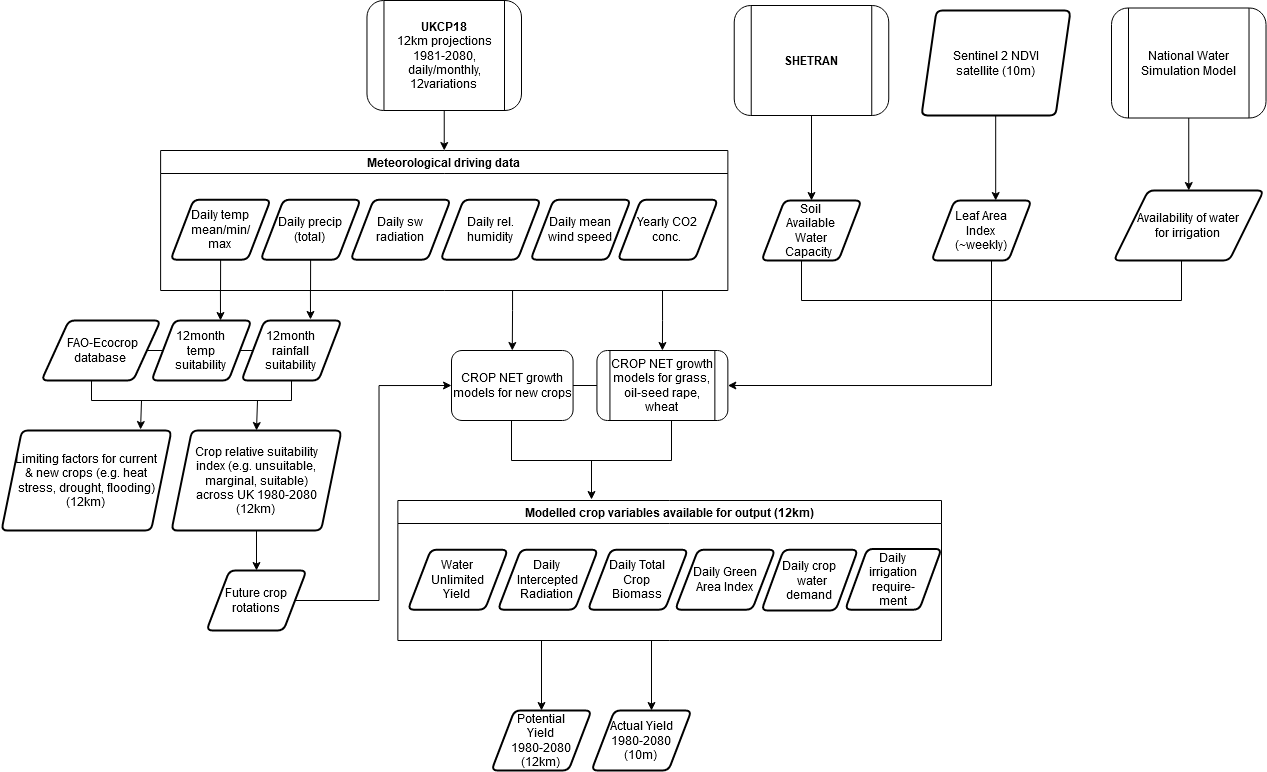
OpenCLIM/workflow-diagrams keeps this draw.io diagram as cropnet/cropnet.png. Above is the earlier version. Source tidied: cells renumbered, new cells last; positions are measured from the earlier drawing's top-left corner, leaving out a move shared by most shapes.
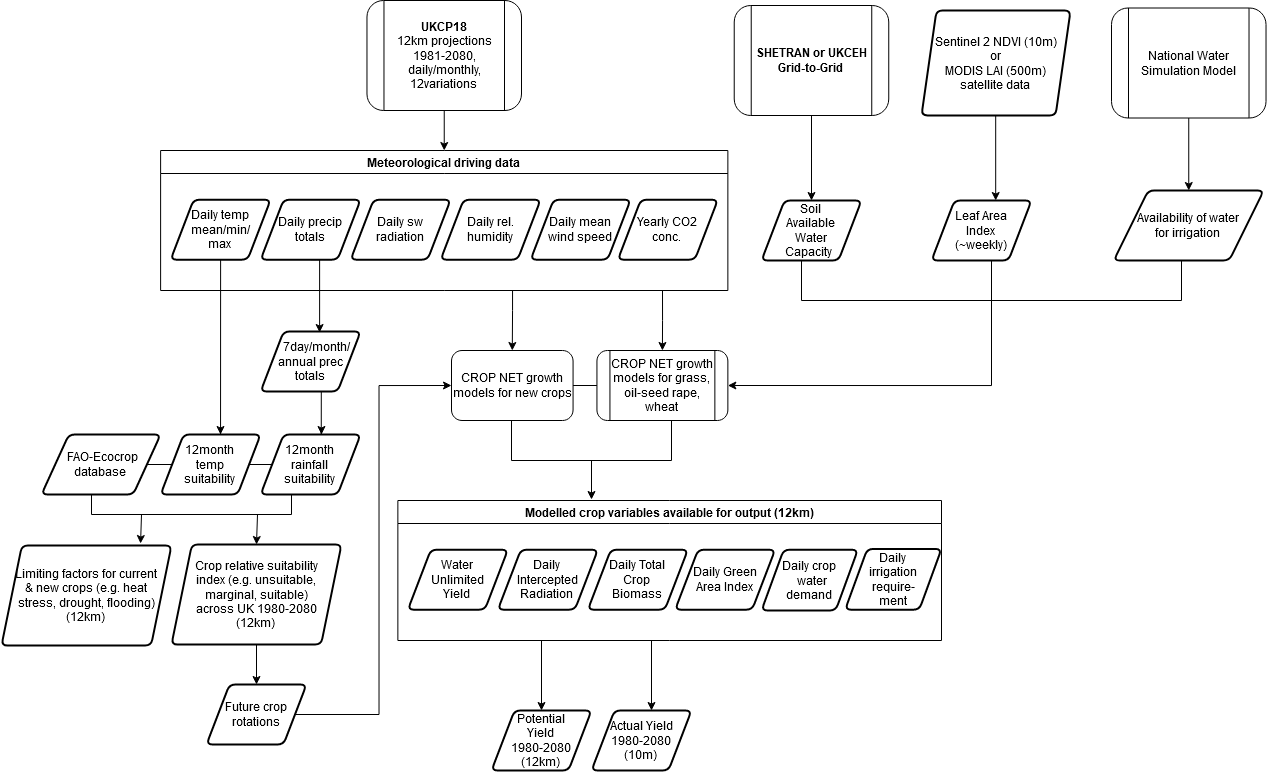
After the change.

What changed in the source:
```diff
@@ -13,7 +13,7 @@
     <mxCell id="3" value="Meteorological driving data" style="swimlane;" parent="1" vertex="1">
       <mxGeometry x="159.1" y="150" width="567.3" height="140" as="geometry" />
     </mxCell>
-    <mxCell id="4" value="&lt;div&gt;Daily precip&lt;/div&gt;&lt;div&gt;(total)&lt;br&gt;&lt;/div&gt;" style="shape=parallelogram;html=1;strokeWidth=2;perimeter=parallelogramPerimeter;whiteSpace=wrap;rounded=1;arcSize=12;size=0.23;" parent="3" vertex="1">
+    <mxCell id="4" value="&lt;div&gt;Daily precip&lt;/div&gt;&lt;div&gt;totals&lt;br&gt;&lt;/div&gt;" style="shape=parallelogram;html=1;strokeWidth=2;perimeter=parallelogramPerimeter;whiteSpace=wrap;rounded=1;arcSize=12;size=0.23;" parent="3" vertex="1">
       <mxGeometry x="100" y="49.2" width="100" height="60" as="geometry" />
     </mxCell>
     <mxCell id="5" value="&lt;div&gt;Daily temp&lt;/div&gt;&lt;div&gt;mean/min/&lt;/div&gt;&lt;div&gt;max&lt;br&gt;&lt;/div&gt;" style="shape=parallelogram;html=1;strokeWidth=2;perimeter=parallelogramPerimeter;whiteSpace=wrap;rounded=1;arcSize=12;size=0.23;" parent="3" vertex="1">
@@ -41,31 +41,33 @@
       <mxGeometry x="365.5" width="154.5" height="110" as="geometry" />
     </mxCell>
     <mxCell id="13" value="&lt;div&gt;12month &lt;br&gt;&lt;/div&gt;&lt;div&gt;temp&lt;/div&gt;&lt;div&gt;suitability&lt;br&gt;&lt;/div&gt;" style="shape=parallelogram;html=1;strokeWidth=2;perimeter=parallelogramPerimeter;whiteSpace=wrap;rounded=1;arcSize=12;size=0.23;" parent="1" vertex="1">
-      <mxGeometry x="150" y="320" width="100" height="60" as="geometry" />
+      <mxGeometry x="159.1" y="434" width="100" height="60" as="geometry" />
     </mxCell>
     <mxCell id="14" value="&lt;div&gt;12month &lt;br&gt;&lt;/div&gt;&lt;div&gt;rainfall&lt;/div&gt;&lt;div&gt;suitability&lt;br&gt;&lt;/div&gt;" style="shape=parallelogram;html=1;strokeWidth=2;perimeter=parallelogramPerimeter;whiteSpace=wrap;rounded=1;arcSize=12;size=0.23;" parent="1" vertex="1">
-      <mxGeometry x="240" y="320" width="100" height="60" as="geometry" />
+      <mxGeometry x="259.1" y="434" width="100" height="60" as="geometry" />
     </mxCell>
-    <mxCell id="15" style="edgeStyle=orthogonalEdgeStyle;rounded=0;jettySize=auto;html=1;exitX=0.5;exitY=1;exitDx=0;exitDy=0;entryX=0.69;entryY=0;entryDx=0;entryDy=0;entryPerimeter=0;" parent="1" edge="1" source="5" target="13">
-      <mxGeometry relative="1" as="geometry" />
+    <mxCell id="15" style="edgeStyle=orthogonalEdgeStyle;rounded=0;jettySize=auto;html=1;exitX=0.5;exitY=1;exitDx=0;exitDy=0;" parent="1" edge="1" source="5">
+      <mxGeometry relative="1" as="geometry">
+        <mxPoint x="219" y="434" as="targetPoint" />
+        <Array as="points">
+          <mxPoint x="219" y="434" />
+        </Array>
+      </mxGeometry>
     </mxCell>
-    <mxCell id="16" style="edgeStyle=orthogonalEdgeStyle;rounded=0;jettySize=auto;html=1;exitX=0.5;exitY=1;exitDx=0;exitDy=0;entryX=0.69;entryY=-0.017;entryDx=0;entryDy=0;entryPerimeter=0;" parent="1" edge="1" source="4" target="14">
-      <mxGeometry relative="1" as="geometry" />
-    </mxCell>
     <mxCell id="17" style="edgeStyle=orthogonalEdgeStyle;rounded=0;jettySize=auto;html=1;exitX=0.5;exitY=1;exitDx=0;exitDy=0;entryX=0.5;entryY=0;entryDx=0;entryDy=0;" parent="1" edge="1" source="50" target="21">
       <mxGeometry relative="1" as="geometry" />
     </mxCell>
     <mxCell id="18" value="&lt;div&gt;Limiting factors for current&lt;/div&gt;&lt;div&gt;&amp;amp; new crops (e.g. heat&lt;/div&gt;&lt;div&gt;stress, drought, flooding)&lt;/div&gt;&lt;div&gt;(12km)&lt;br&gt;&lt;/div&gt;" style="shape=parallelogram;html=1;strokeWidth=2;perimeter=parallelogramPerimeter;whiteSpace=wrap;rounded=1;arcSize=12;size=0.12;" parent="1" vertex="1">
-      <mxGeometry y="430" width="170" height="100" as="geometry" />
+      <mxGeometry y="545" width="170" height="100" as="geometry" />
     </mxCell>
     <mxCell id="19" value="&lt;div&gt;&amp;nbsp;FAO-Ecocrop&lt;/div&gt;&lt;div&gt;database&lt;br&gt;&lt;/div&gt;" style="shape=parallelogram;html=1;strokeWidth=2;perimeter=parallelogramPerimeter;whiteSpace=wrap;rounded=1;arcSize=12;size=0.23;" parent="1" vertex="1">
-      <mxGeometry x="40" y="320" width="119.1" height="60" as="geometry" />
+      <mxGeometry x="40" y="434" width="119.1" height="60" as="geometry" />
     </mxCell>
     <mxCell id="20" style="edgeStyle=orthogonalEdgeStyle;rounded=0;jettySize=auto;html=1;exitX=1;exitY=0.5;exitDx=0;exitDy=0;entryX=0;entryY=0.5;entryDx=0;entryDy=0;" parent="1" edge="1" source="21" target="10">
       <mxGeometry relative="1" as="geometry" />
     </mxCell>
     <mxCell id="21" value="&lt;div&gt;Future crop&lt;/div&gt;&lt;div&gt;rotations&lt;br&gt;&lt;/div&gt;" style="shape=parallelogram;html=1;strokeWidth=2;perimeter=parallelogramPerimeter;whiteSpace=wrap;rounded=1;arcSize=12;size=0.23;" parent="1" vertex="1">
-      <mxGeometry x="205" y="570" width="100" height="60" as="geometry" />
+      <mxGeometry x="205" y="684" width="100" height="60" as="geometry" />
     </mxCell>
     <mxCell id="22" style="endArrow=none;html=1;entryX=0;entryY=0.5;entryDx=0;entryDy=0;" parent="1" edge="1" source="19" target="13">
       <mxGeometry relative="1" as="geometry" />
@@ -76,15 +78,17 @@
     <mxCell id="24" style="edgeStyle=orthogonalEdgeStyle;rounded=0;jettySize=auto;html=1;exitX=0.83;exitY=1;exitDx=0;exitDy=0;entryX=0.5;entryY=0;entryDx=0;entryDy=0;exitPerimeter=0;" parent="1" edge="1" source="26" target="50">
       <mxGeometry relative="1" as="geometry">
         <Array as="points">
-          <mxPoint x="255" y="400" />
+          <mxPoint x="255" y="514" />
         </Array>
       </mxGeometry>
     </mxCell>
-    <mxCell id="25" style="edgeStyle=orthogonalEdgeStyle;rounded=0;jettySize=auto;html=1;exitX=0.25;exitY=1;exitDx=0;exitDy=0;entryX=0.818;entryY=-0.01;entryDx=0;entryDy=0;entryPerimeter=0;" parent="1" edge="1" source="26" target="18">
-      <mxGeometry relative="1" as="geometry" />
+    <mxCell id="25" style="edgeStyle=orthogonalEdgeStyle;rounded=0;jettySize=auto;html=1;exitX=0.25;exitY=1;exitDx=0;exitDy=0;entryX=0.818;entryY=-0.01;entryDx=0;entryDy=0;entryPerimeter=0;" parent="1" edge="1" source="26">
+      <mxGeometry relative="1" as="geometry">
+        <mxPoint x="139.1" y="543" as="targetPoint" />
+      </mxGeometry>
     </mxCell>
     <mxCell id="26" style="shape=partialRectangle;whiteSpace=wrap;html=1;bottom=1;right=1;left=1;top=0;fillColor=none;routingCenterX=-0.5;" parent="1" vertex="1">
-      <mxGeometry x="90" y="380" width="200" height="20" as="geometry" />
+      <mxGeometry x="90" y="494" width="200" height="20" as="geometry" />
     </mxCell>
     <mxCell id="27" value="CROP NET growth models for grass, oil-seed rape, wheat" style="shape=process;whiteSpace=wrap;html=1;backgroundOutline=1;shadow=0;fontFamily=Helvetica;fontSize=12;fontColor=#000000;align=center;strokeColor=#000000;strokeWidth=1;fillColor=#ffffff;rounded=1;" parent="1" vertex="1">
       <mxGeometry x="595.4" y="350" width="130.9" height="70" as="geometry" />
@@ -147,10 +151,10 @@
     <mxCell id="42" style="edgeStyle=orthogonalEdgeStyle;rounded=0;jettySize=auto;html=1;" parent="1" edge="1" source="43" target="45">
       <mxGeometry relative="1" as="geometry" />
     </mxCell>
-    <mxCell id="43" value="&lt;div&gt;&lt;b&gt;SHETRAN&lt;br&gt;&lt;/b&gt;&lt;/div&gt;" style="shape=process;whiteSpace=wrap;html=1;backgroundOutline=1;shadow=0;fontFamily=Helvetica;fontSize=12;fontColor=#000000;align=center;strokeColor=#000000;strokeWidth=1;fillColor=#ffffff;rounded=1;" parent="1" vertex="1">
+    <mxCell id="43" value="&lt;div&gt;&lt;b&gt;SHETRAN or UKCEH Grid-to-Grid&lt;br&gt;&lt;/b&gt;&lt;/div&gt;" style="shape=process;whiteSpace=wrap;html=1;backgroundOutline=1;shadow=0;fontFamily=Helvetica;fontSize=12;fontColor=#000000;align=center;strokeColor=#000000;strokeWidth=1;fillColor=#ffffff;rounded=1;" parent="1" vertex="1">
       <mxGeometry x="732.7" y="5" width="154.5" height="110" as="geometry" />
     </mxCell>
-    <mxCell id="44" value="&lt;div&gt;Sentinel 2 NDVI&lt;/div&gt;&lt;div&gt;satellite (10m)&lt;br&gt;&lt;/div&gt;" style="shape=parallelogram;html=1;strokeWidth=2;perimeter=parallelogramPerimeter;whiteSpace=wrap;rounded=1;arcSize=12;size=0.10062386798148636;" parent="1" vertex="1">
+    <mxCell id="44" value="&lt;div&gt;Sentinel 2 NDVI (10m)&lt;/div&gt;&lt;div&gt;or&lt;/div&gt;&lt;div&gt;MODIS LAI (500m)&lt;/div&gt;&lt;div&gt;satellite data&lt;br&gt;&lt;/div&gt;" style="shape=parallelogram;html=1;strokeWidth=2;perimeter=parallelogramPerimeter;whiteSpace=wrap;rounded=1;arcSize=12;size=0.10062386798148636;" parent="1" vertex="1">
       <mxGeometry x="920" y="10" width="149.1" height="105" as="geometry" />
     </mxCell>
     <mxCell id="45" value="&lt;div&gt;Soil &lt;br&gt;&lt;/div&gt;&lt;div&gt; Available &lt;br&gt;&lt;/div&gt;&lt;div&gt;Water &lt;br&gt;&lt;/div&gt;&lt;div&gt;&amp;nbsp;&amp;nbsp; Capacity&amp;nbsp;&amp;nbsp;&amp;nbsp;&amp;nbsp;&amp;nbsp; &lt;/div&gt;" style="shape=parallelogram;html=1;strokeWidth=2;perimeter=parallelogramPerimeter;whiteSpace=wrap;rounded=1;arcSize=12;size=0.23;" parent="1" vertex="1">
@@ -172,7 +176,7 @@
       <mxGeometry x="800" y="260" width="380" height="40" as="geometry" />
     </mxCell>
     <mxCell id="50" value="&lt;div&gt;Crop relative suitability&lt;/div&gt;&lt;div&gt;index (e.g. unsuitable,&lt;/div&gt;&lt;div&gt;marginal, suitable)&lt;/div&gt;&lt;div&gt; across UK 1980-2080&lt;/div&gt;&lt;div&gt;(12km)&lt;br&gt;&lt;/div&gt;" style="shape=parallelogram;html=1;strokeWidth=2;perimeter=parallelogramPerimeter;whiteSpace=wrap;rounded=1;arcSize=12;size=0.12;" parent="1" vertex="1">
-      <mxGeometry x="170" y="430" width="170" height="100" as="geometry" />
+      <mxGeometry x="170" y="544" width="170" height="100" as="geometry" />
     </mxCell>
     <mxCell id="51" value="&lt;div&gt;Daily Green&lt;/div&gt;&lt;div&gt;Area Index&lt;br&gt;&lt;/div&gt;" style="shape=parallelogram;html=1;strokeWidth=2;perimeter=parallelogramPerimeter;whiteSpace=wrap;rounded=1;arcSize=12;size=0.23;" parent="1" vertex="1">
       <mxGeometry x="673.6" y="549.2" width="100" height="60" as="geometry" />
@@ -192,5 +196,23 @@
         <mxPoint x="990" y="260" as="targetPoint" />
       </mxGeometry>
     </mxCell>
+    <mxCell id="56" style="edgeStyle=orthogonalEdgeStyle;rounded=0;jettySize=auto;html=1;exitX=0.607;exitY=0.988;exitDx=0;exitDy=0;exitPerimeter=0;" parent="1" edge="1" source="57">
+      <mxGeometry relative="1" as="geometry">
+        <mxPoint x="320" y="434" as="targetPoint" />
+        <Array as="points">
+          <mxPoint x="320" y="434" />
+        </Array>
+      </mxGeometry>
+    </mxCell>
+    <mxCell id="57" value="&amp;nbsp;&amp;nbsp;&amp;nbsp; 7day/month/&lt;div&gt;annual prec&lt;/div&gt;&lt;div&gt;totals&lt;br&gt;&lt;/div&gt;" style="shape=parallelogram;html=1;strokeWidth=2;perimeter=parallelogramPerimeter;whiteSpace=wrap;rounded=1;arcSize=12;size=0.23;" parent="1" vertex="1">
+      <mxGeometry x="259.1" y="331" width="100" height="60" as="geometry" />
+    </mxCell>
+    <mxCell id="58" style="edgeStyle=orthogonalEdgeStyle;rounded=0;jettySize=auto;html=1;exitX=0.5;exitY=1;exitDx=0;exitDy=0;entryX=0.59;entryY=0.017;entryDx=0;entryDy=0;entryPerimeter=0;" parent="1" edge="1" source="4" target="57">
+      <mxGeometry relative="1" as="geometry">
+        <Array as="points">
+          <mxPoint x="318" y="259" />
+        </Array>
+      </mxGeometry>
+    </mxCell>
   </root>
 </mxGraphModel>
```
